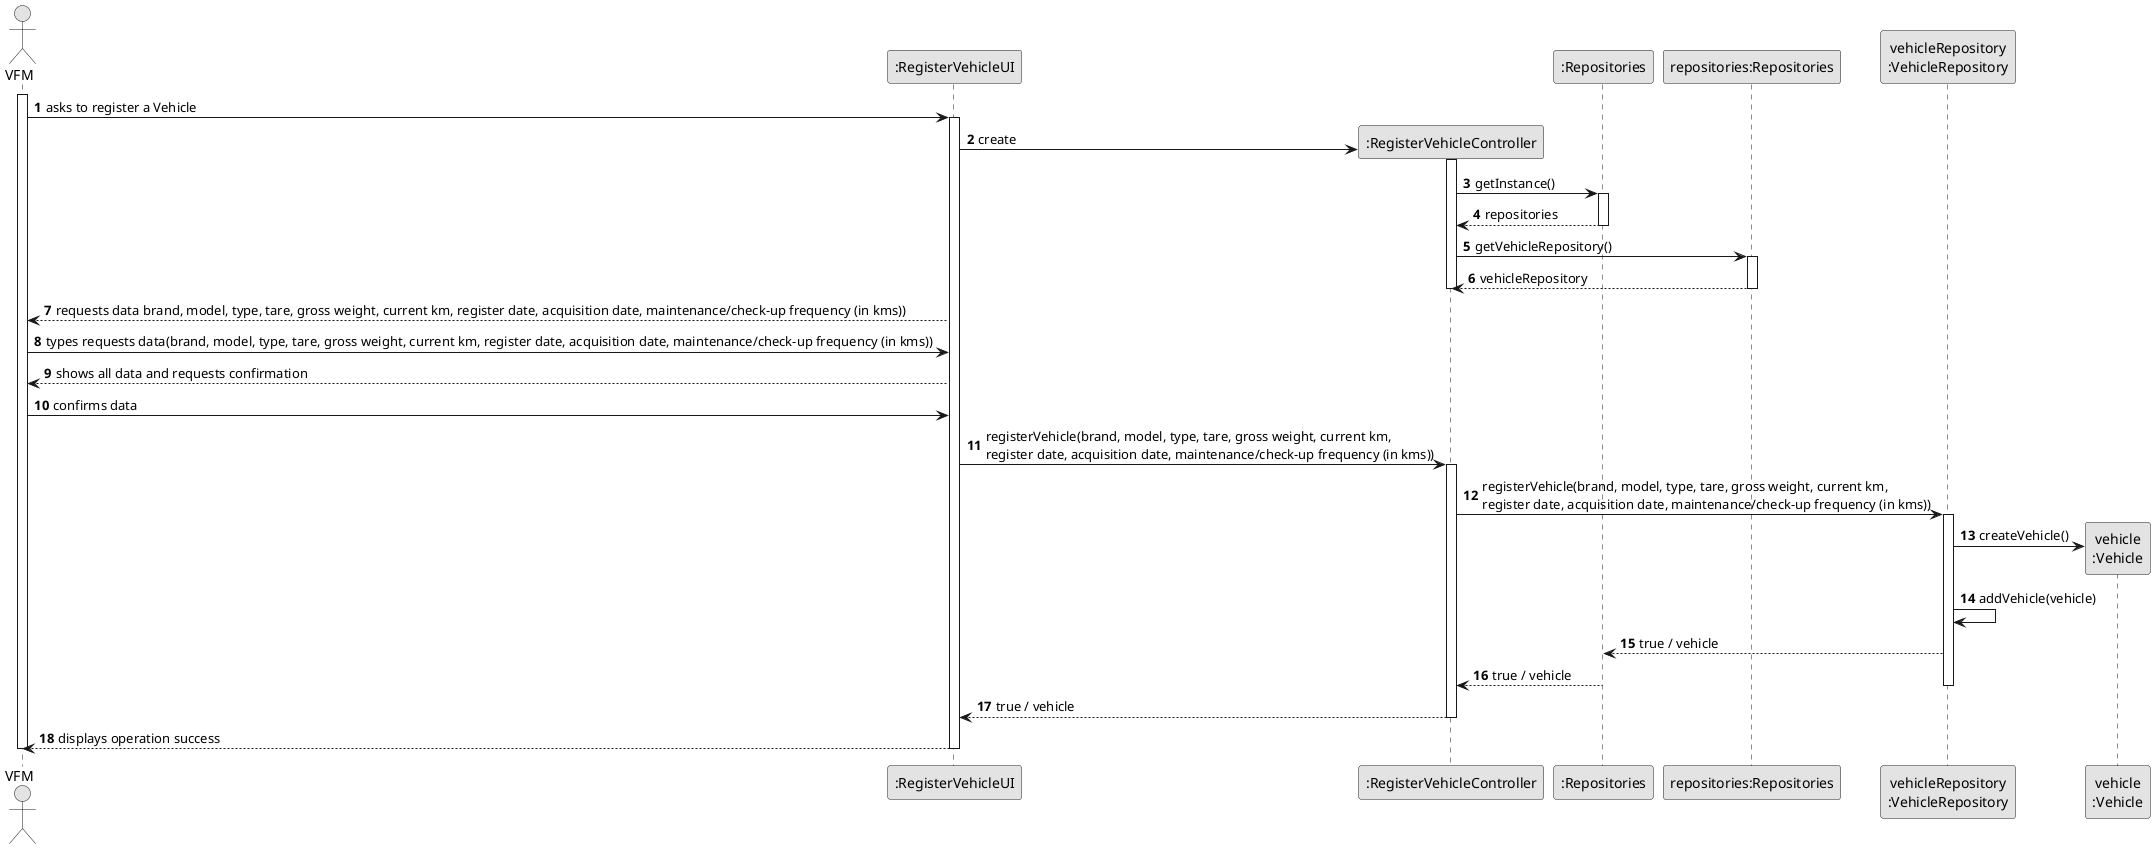
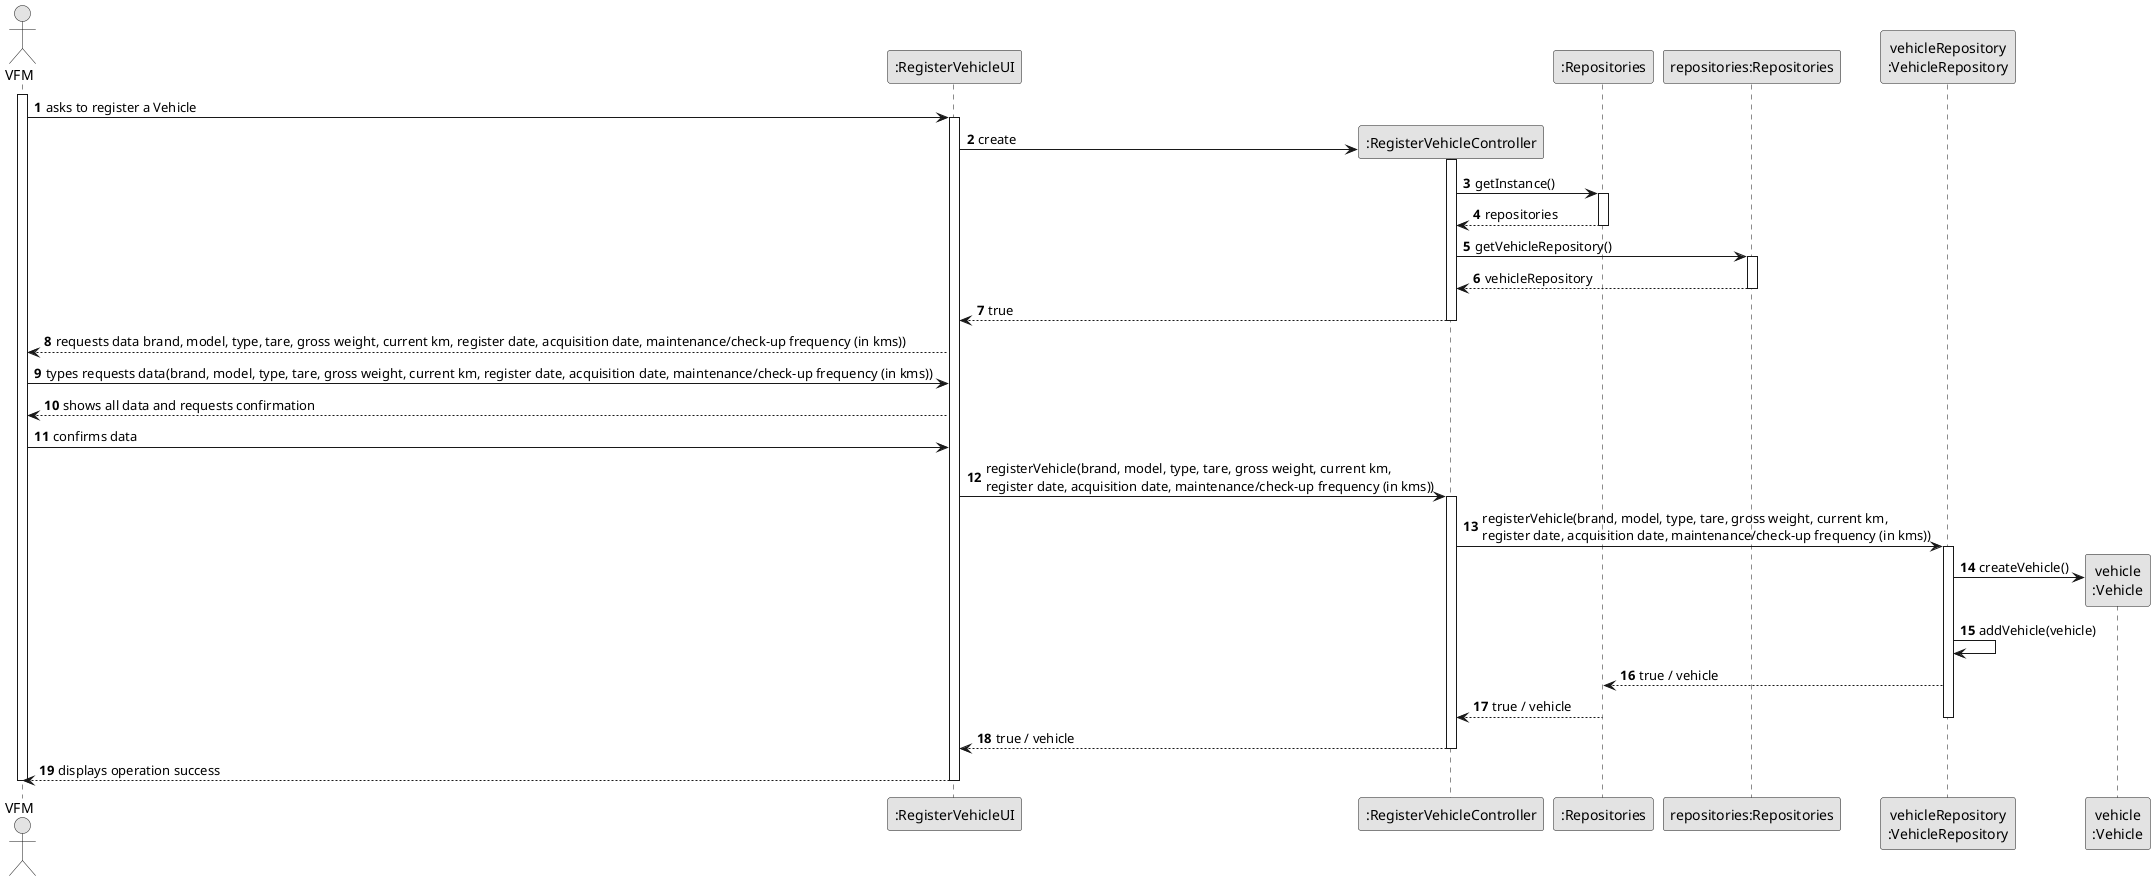
@startuml
skinparam monochrome true
skinparam packageStyle rectangle
skinparam shadowing false

autonumber

'hide footbox
actor "VFM" as VFM
participant ":RegisterVehicleUI" as UI
participant ":RegisterVehicleController" as CTRL
participant ":Repositories" as Repositories
participant "repositories:Repositories" as Repo
participant "vehicleRepository\n:VehicleRepository" as VehicleRepository
participant "vehicle\n:Vehicle" as Vehicle

activate VFM

    VFM -> UI : asks to register a Vehicle
    activate UI

    UI -> CTRL** : create
    activate CTRL

    CTRL -> Repositories : getInstance()
    activate Repositories

    Repositories --> CTRL: repositories
    deactivate Repositories

    CTRL -> Repo : getVehicleRepository()
    activate Repo

    Repo --> CTRL : vehicleRepository
    deactivate Repo

+     CTRL --> UI : true
+     deactivate Repo
+ 
    deactivate CTRL

    UI --> VFM : requests data brand, model, type, tare, gross weight, current km, register date, acquisition date, maintenance/check-up frequency (in kms))

    VFM -> UI : types requests data(brand, model, type, tare, gross weight, current km, register date, acquisition date, maintenance/check-up frequency (in kms))

    UI --> VFM : shows all data and requests confirmation

    VFM -> UI : confirms data

    UI -> CTRL : registerVehicle(brand, model, type, tare, gross weight, current km, \nregister date, acquisition date, maintenance/check-up frequency (in kms))
    activate CTRL

    CTRL -> VehicleRepository: registerVehicle(brand, model, type, tare, gross weight, current km, \nregister date, acquisition date, maintenance/check-up frequency (in kms))
    activate VehicleRepository

    VehicleRepository -> Vehicle**: createVehicle()
    VehicleRepository -> VehicleRepository: addVehicle(vehicle)
    VehicleRepository --> Repositories : true / vehicle


    Repositories --> CTRL : true / vehicle
    deactivate VehicleRepository

    CTRL --> UI: true / vehicle
    deactivate CTRL

    UI --> VFM : displays operation success
    deactivate UI

deactivate VFM

@enduml